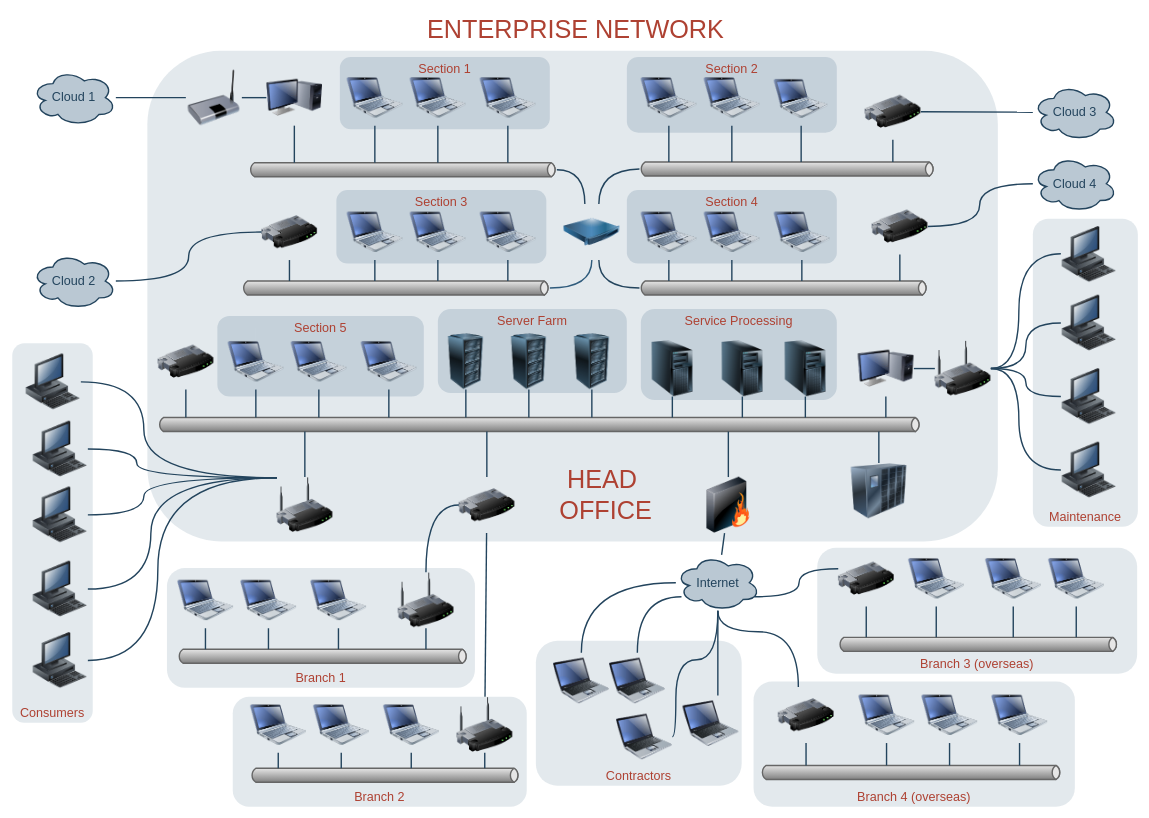
This is page "Page-1" (1 of 2) of test.drawio from cjie001/draw.io, a draw.io file, before an edit. Source tidied: cells renumbered, new cells numbered last; positions are measured from the earlier drawing's top-left corner, leaving out a move shared by most shapes. Both pictures are drawn from the tidied source at 70%, with x=0, y=0 at pixel (12, 12).
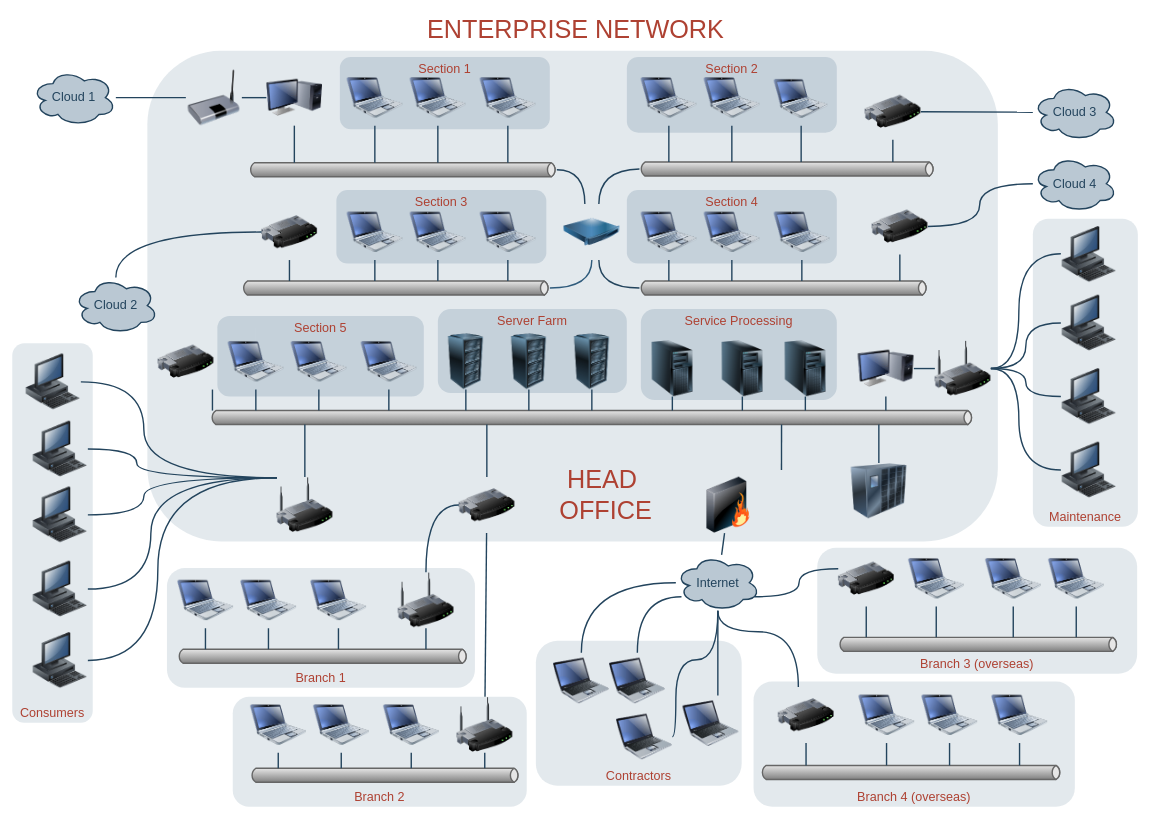
The same page after the edit.

The change refers to these unchanged cells:
```xml
<mxCell id="82" style="image;html=1;image=img/lib/clip_art/networking/Firewall_128x128.png;shadow=0;strokeColor=#000000;fillColor=#FFFFFF;gradientColor=none;fontSize=18;fontColor=#F08705;fontStyle=0;" parent="1" vertex="1">
  <mxGeometry x="983" y="664" width="80" height="80" as="geometry" />
</mxCell>
```

What changed in the source:
```diff
@@
     <mxCell id="48" style="strokeWidth=2;strokeColor=#666666;dashed=0;align=center;html=1;fontSize=8;shape=mxgraph.eip.messageChannel;shadow=0;fillColor=#FFFFFF;gradientColor=none;fontColor=#F08705;fontStyle=0;" parent="1" vertex="1">
-      <mxGeometry x="208" y="579" width="1090" height="20" as="geometry" />
+      <mxGeometry x="283" y="569" width="1090" height="20" as="geometry" />
     </mxCell>
@@
     <mxCell id="50" value="Cloud 2" style="ellipse;shape=cloud;whiteSpace=wrap;html=1;shadow=0;strokeColor=#23445D;fillColor=#BAC8D3;gradientColor=none;fontSize=18;fontColor=#23445D;fontStyle=0;gradientDirection=north;strokeWidth=2;" parent="1" vertex="1">
-      <mxGeometry x="28" y="344" width="120" height="80" as="geometry" />
+      <mxGeometry x="88" y="379" width="120" height="80" as="geometry" />
     </mxCell>
@@
-    <mxCell id="103" style="edgeStyle=elbowEdgeStyle;strokeWidth=2;rounded=0;endArrow=none;startArrow=none;startSize=10;endSize=10;dashed=0;html=1;strokeColor=#23445D;fontSize=18;fontColor=#F08705;startFill=0;endFill=0;fontStyle=0;" parent="1" edge="1" source="82" target="48">
-      <mxGeometry relative="1" as="geometry" />
+    <mxCell id="103" style="edgeStyle=elbowEdgeStyle;strokeWidth=2;rounded=0;endArrow=none;startArrow=none;startSize=10;endSize=10;dashed=0;html=1;strokeColor=#23445D;fontSize=18;fontColor=#F08705;startFill=0;endFill=0;fontStyle=0;" parent="1" edge="1" target="48">
+      <mxGeometry relative="1" as="geometry">
+        <mxPoint x="1098.9" y="654" as="sourcePoint" />
+      </mxGeometry>
     </mxCell>
```
